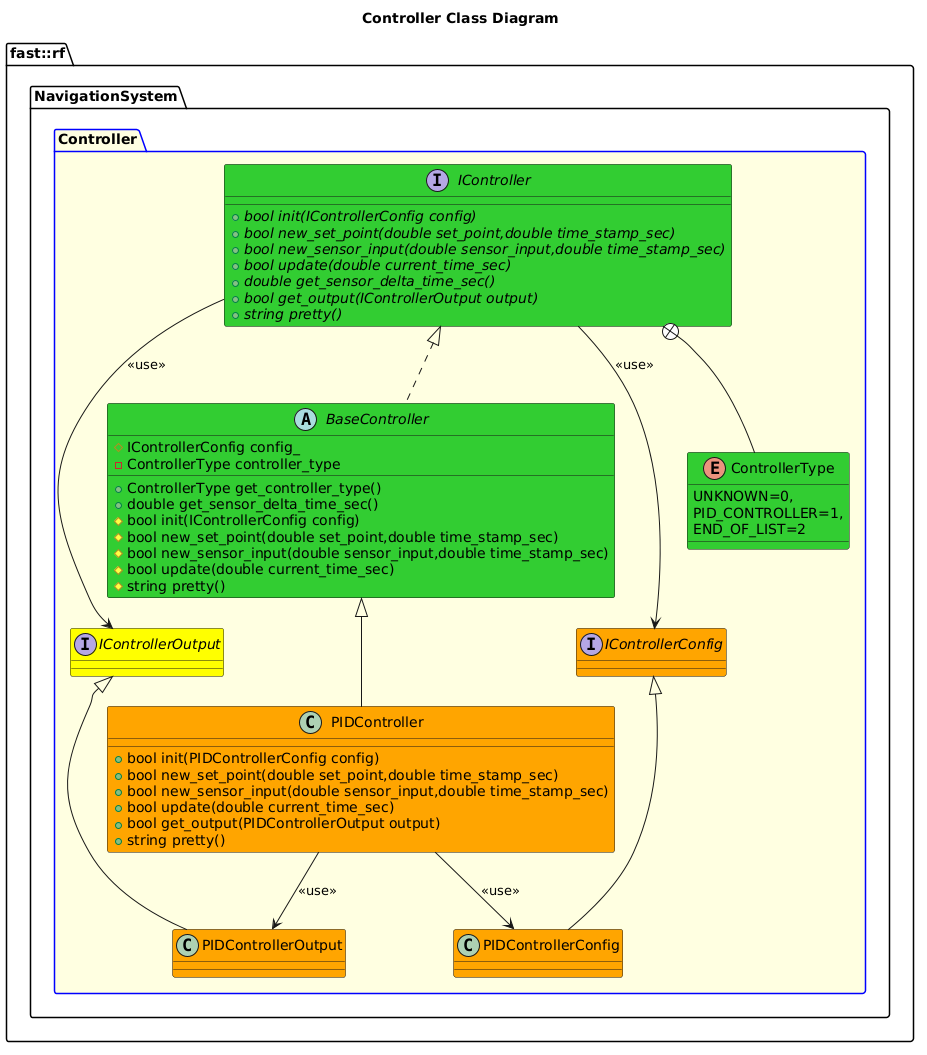
This is Systems/Navigation/doc/puml/ControllerClassDiagram.png from fastrobotics/robot_framework, a PlantUML export, as it was before one commit. Source of this version:
```plantuml
@startuml
title Controller Class Diagram
namespace fast::rf {
  namespace NavigationSystem  {
    package Controller #LightYellow;line:blue {
        enum ControllerType #LimeGreen {
            UNKNOWN=0,
            PID_CONTROLLER=1,
            END_OF_LIST=2
        }
        interface IControllerOutput #Yellow {

        }
        interface IControllerConfig #Orange {

        }
        interface IController #LimeGreen {
            +{abstract} bool init(IControllerConfig config)
            +{abstract} bool new_set_point(double set_point,double time_stamp_sec)
            +{abstract} bool new_sensor_input(double sensor_input,double time_stamp_sec)
            +{abstract} bool update(double current_time_sec)
            +{abstract} double get_sensor_delta_time_sec()
            +{abstract} bool get_output(IControllerOutput output)
            +{abstract} string pretty()

        }
        IController +-- ControllerType
        IController --> IControllerOutput: <<use>>
        IController --> IControllerConfig: <<use>>
        abstract BaseController #LimeGreen {
            +ControllerType get_controller_type()
            +double get_sensor_delta_time_sec()
            #bool init(IControllerConfig config)
            #bool new_set_point(double set_point,double time_stamp_sec)
            #bool new_sensor_input(double sensor_input,double time_stamp_sec)
            #bool update(double current_time_sec)
            #string pretty()
            #IControllerConfig config_
            -ControllerType controller_type
        }
        BaseController .up.|> IController
        class PIDControllerOutput #Orange {

        }
        PIDControllerOutput -up-|> IControllerOutput
        class PIDControllerConfig #Orange {

        }
        PIDControllerConfig -up-|> IControllerConfig
        class PIDController #Orange {
            +bool init(PIDControllerConfig config)
            +bool new_set_point(double set_point,double time_stamp_sec)
            +bool new_sensor_input(double sensor_input,double time_stamp_sec)
            +bool update(double current_time_sec)
            +bool get_output(PIDControllerOutput output)
            +string pretty()
        }
        PIDController -up-|> BaseController
        PIDController --> PIDControllerOutput: <<use>>
        PIDController --> PIDControllerConfig: <<use>>
    }
  }
}
@enduml
```
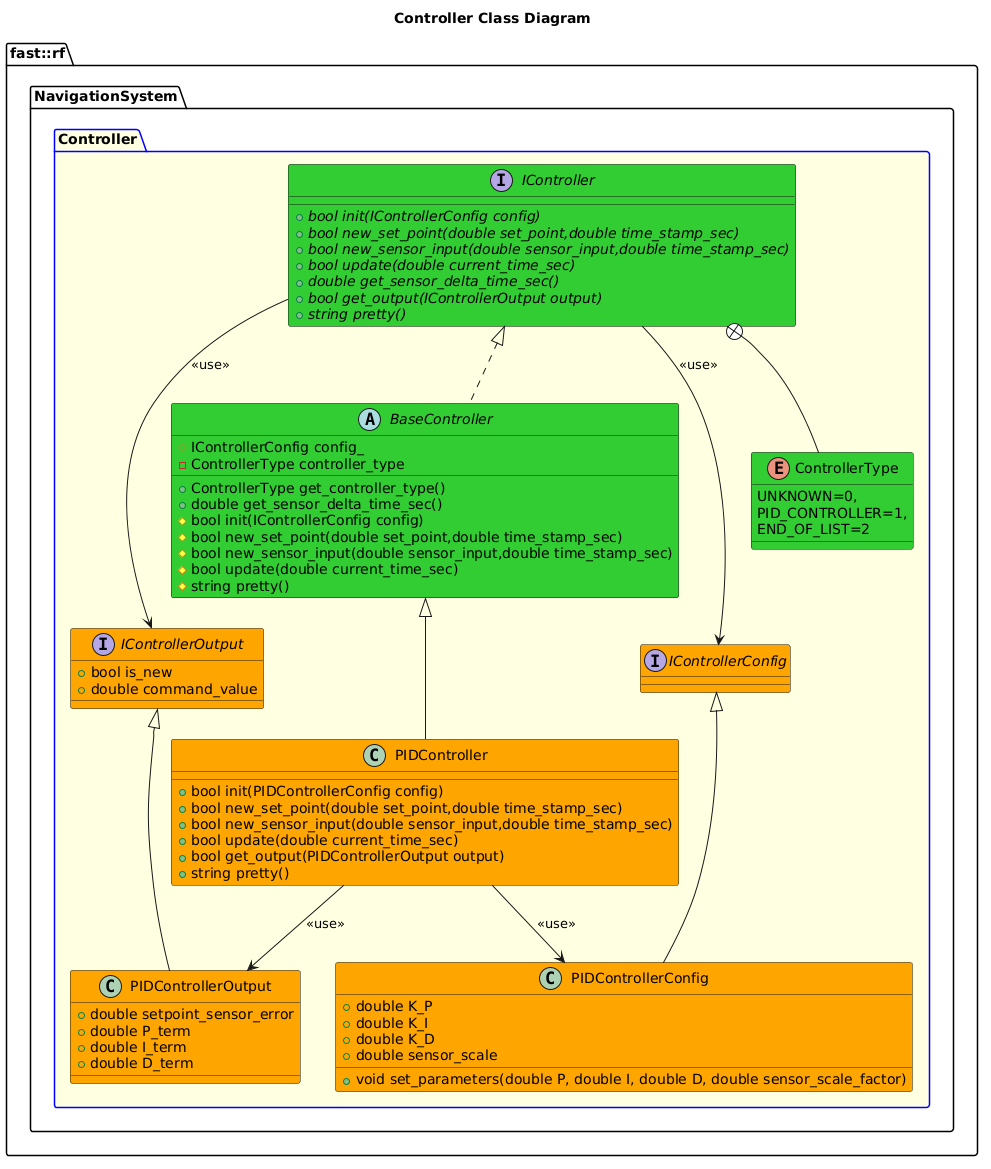
The same file after the commit.

Commit message:
Working on PID Controller.

Change to the diagram source:
```diff
@@ -8,8 +8,9 @@
             PID_CONTROLLER=1,
             END_OF_LIST=2
         }
-        interface IControllerOutput #Yellow {
-
+        interface IControllerOutput #Orange {
+            +bool is_new
+            +double command_value
         }
         interface IControllerConfig #Orange {
 
@@ -40,10 +41,18 @@
         }
         BaseController .up.|> IController
         class PIDControllerOutput #Orange {
-
+            +double setpoint_sensor_error
+            +double P_term
+            +double I_term
+            +double D_term
         }
         PIDControllerOutput -up-|> IControllerOutput
         class PIDControllerConfig #Orange {
+            +double K_P
+            +double K_I
+            +double K_D
+            +double sensor_scale
+            +void set_parameters(double P, double I, double D, double sensor_scale_factor)
 
         }
         PIDControllerConfig -up-|> IControllerConfig
```
